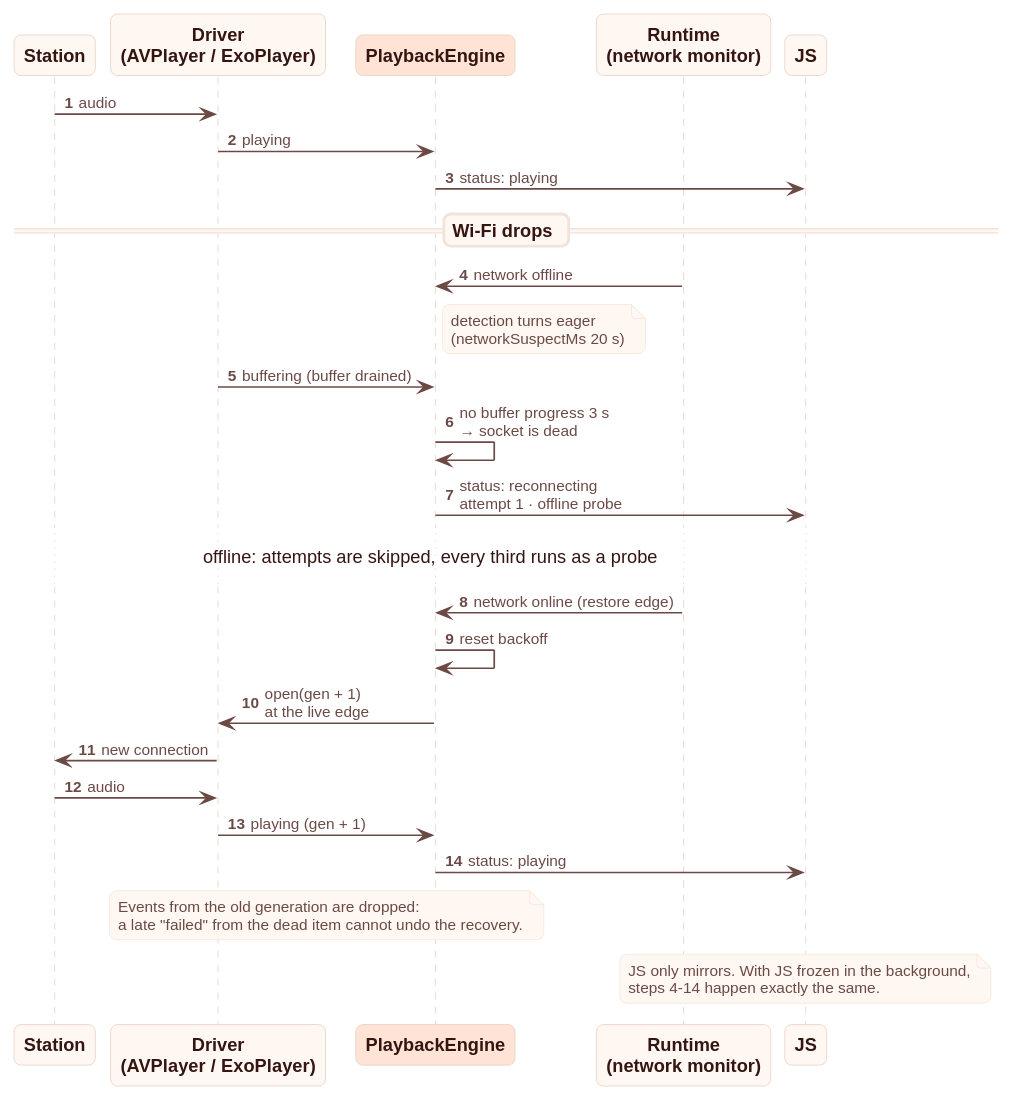
Above: docs/assets/diagrams/recovery-sequence.svg in rmotafreitas/react-native-anything-player (PlantUML), before the change. Its source is kept beside it as docs/diagrams/recovery-sequence.puml.
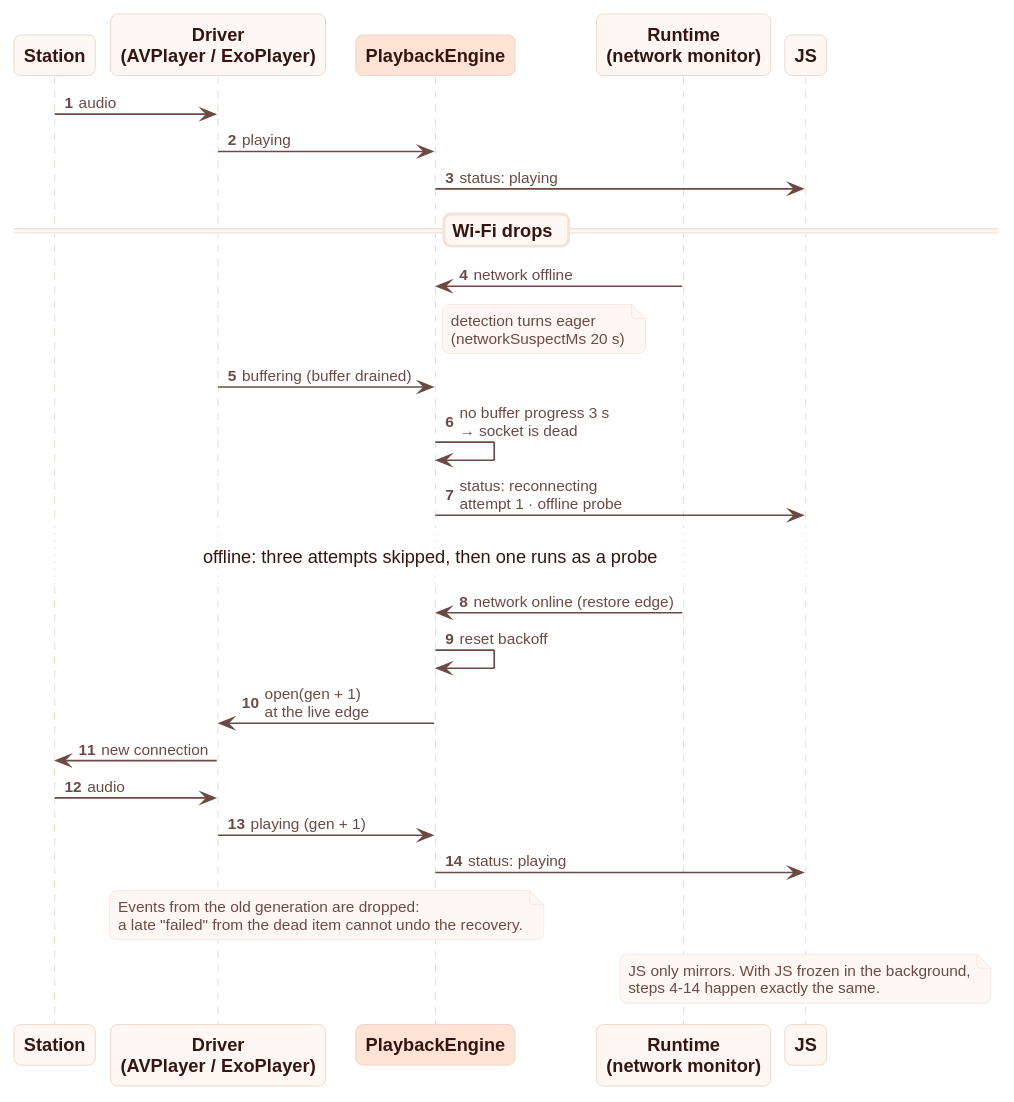
The same file after the commit.

Commit message:
docs: describe the /video, /web and /react modules in the API reference; the offline probe in the recovery diagram

Change to the diagram source:
```diff
@@ -16,7 +16,7 @@
 D -> E : buffering (buffer drained)
 E -> E : no buffer progress 3 s\n→ socket is dead
 E -> J : status: reconnecting\nattempt 1 · offline probe
-...offline: attempts are skipped, every third runs as a probe...
+...offline: three attempts skipped, then one runs as a probe...
 N -> E : network online (restore edge)
 E -> E : reset backoff
 E -> D : open(gen + 1)\nat the live edge
```
